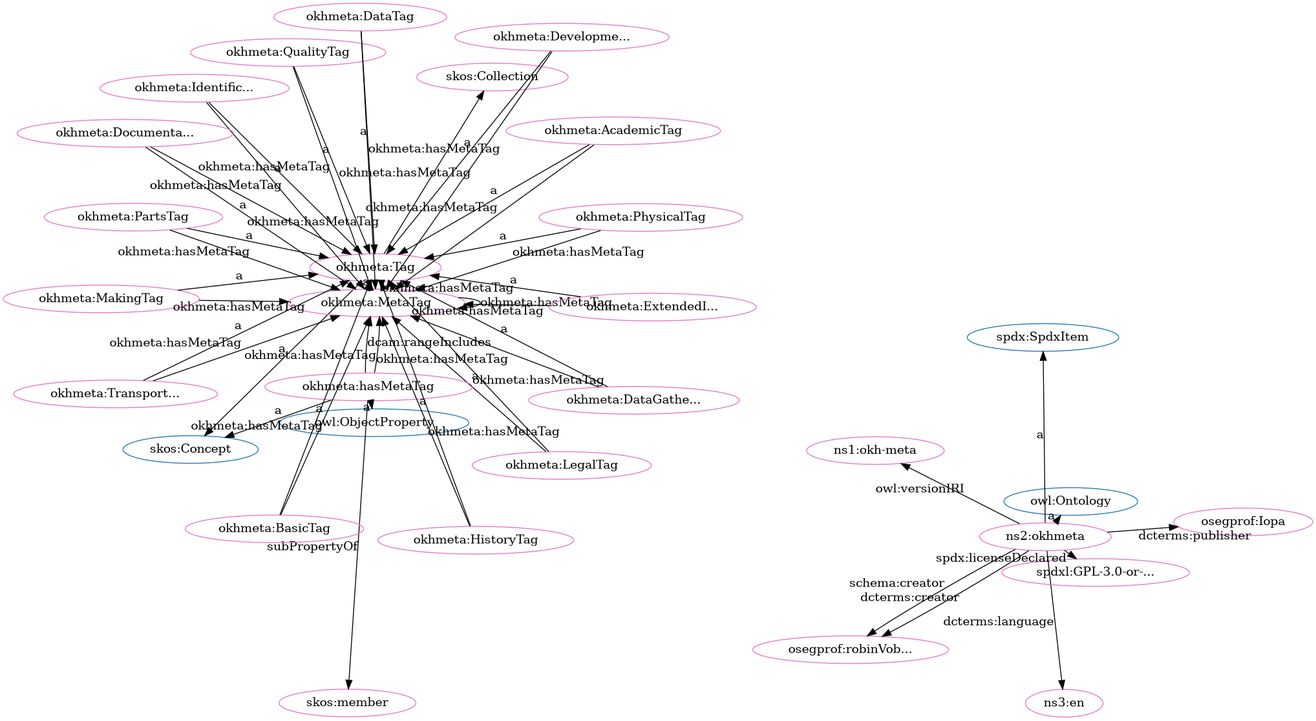
The Graphviz diagram src/spec/fdp_okh-meta.png in iop-alliance/OpenKnowHow, before a commit. Its source is kept beside it as src/spec/fdp_okh-meta.dot.
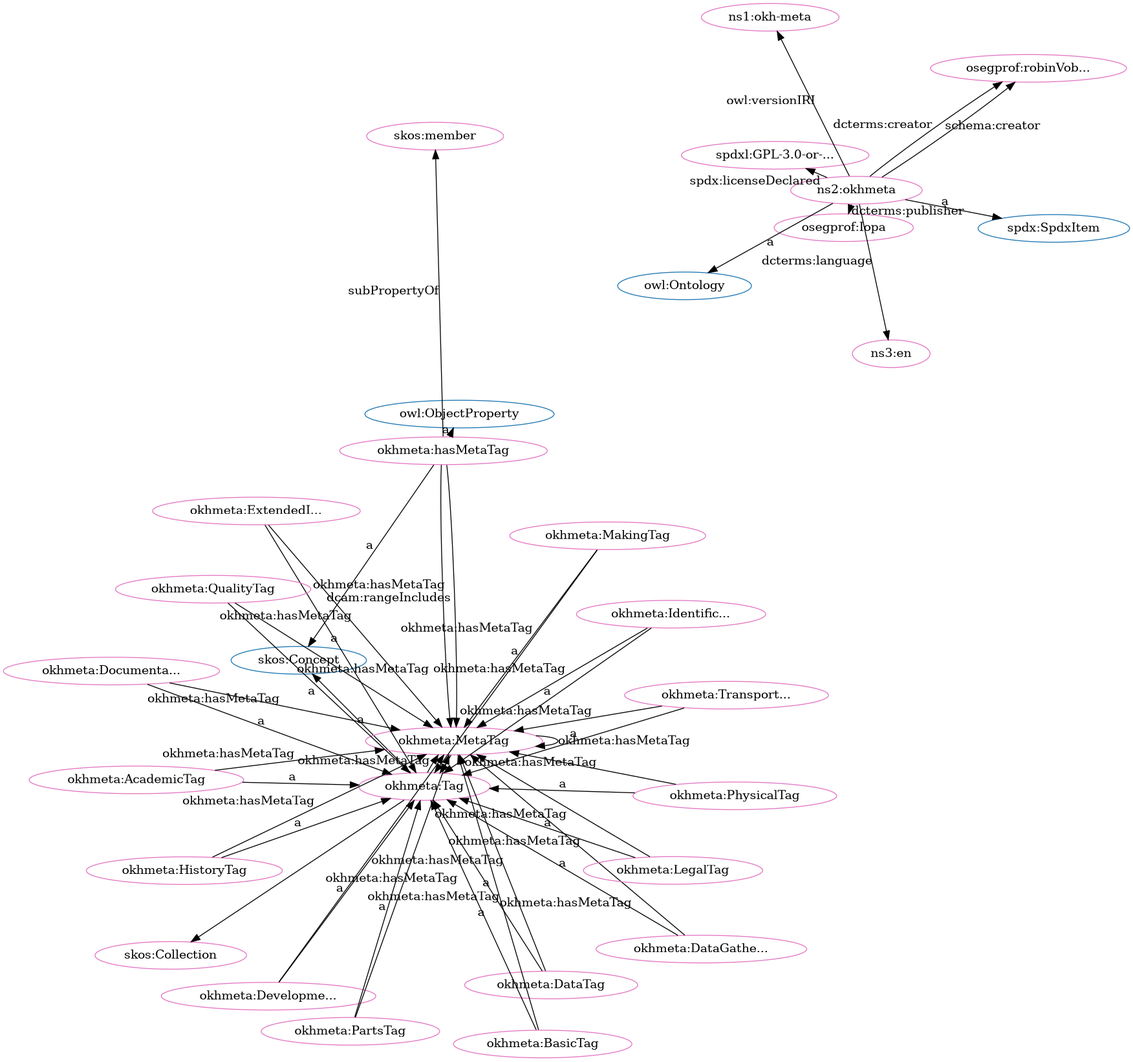
Above is the later version.

The edit, as a diff of the source:
```diff
@@ -1,84 +1,84 @@
 digraph G {
   rankdir=BT
   node[height=.3]
-"http://spdx.org/rdf/terms#SpdxItem" [fillcolor="#1f77b4" color="#1f77b4" label="spdx:SpdxItem"]
-"http://www.w3.org/2004/02/skos/core#Concept" [fillcolor="#1f77b4" color="#1f77b4" label="skos:Concept"]
 "http://www.w3.org/2004/02/skos/core#Collection" [fillcolor="#1f77b4" color="#1f77b4" label="skos:Collection"]
 "http://www.w3.org/2002/07/owl#ObjectProperty" [fillcolor="#1f77b4" color="#1f77b4" label="owl:ObjectProperty"]
 "http://w3id.org/oseg/ont/okhmeta#Tag" [fillcolor="#1f77b4" color="#1f77b4" label="okhmeta:Tag"]
 "http://www.w3.org/2002/07/owl#Ontology" [fillcolor="#1f77b4" color="#1f77b4" label="owl:Ontology"]
+"http://www.w3.org/2004/02/skos/core#Concept" [fillcolor="#1f77b4" color="#1f77b4" label="skos:Concept"]
+"http://spdx.org/rdf/terms#SpdxItem" [fillcolor="#1f77b4" color="#1f77b4" label="spdx:SpdxItem"]
+"http://w3id.org/oseg/ont/okhmeta#DataTag" [fillcolor="#e377c2" color="#e377c2" label="okhmeta:DataTag"]
 "http://w3id.org/oseg/ont/okhmeta#MetaTag" [fillcolor="#e377c2" color="#e377c2" label="okhmeta:MetaTag"]
+"http://w3id.org/oseg/ont/oseg-profiles#Iopa" [fillcolor="#e377c2" color="#e377c2" label="osegprof:Iopa"]
+"http://w3id.org/oseg/ont/okhmeta#DevelopmentTag" [fillcolor="#e377c2" color="#e377c2" label="okhmeta:Developme..."]
+"http://w3id.org/oseg/ont/1.1.0/okh-meta" [fillcolor="#e377c2" color="#e377c2" label="ns1:okh-meta"]
+"http://w3id.org/oseg/ont/okhmeta#BasicTag" [fillcolor="#e377c2" color="#e377c2" label="okhmeta:BasicTag"]
+"http://w3id.org/oseg/ont/oseg-profiles#robinVobruba" [fillcolor="#e377c2" color="#e377c2" label="osegprof:robinVob..."]
+"http://w3id.org/oseg/ont/okhmeta#IdentificationTag" [fillcolor="#e377c2" color="#e377c2" label="okhmeta:Identific..."]
+"http://spdx.org/licenses/GPL-3.0-or-later" [fillcolor="#e377c2" color="#e377c2" label="spdxl:GPL-3.0-or-..."]
+"http://w3id.org/oseg/ont/okhmeta" [fillcolor="#e377c2" color="#e377c2" label="ns2:okhmeta"]
+"http://w3id.org/oseg/ont/okhmeta#PhysicalTag" [fillcolor="#e377c2" color="#e377c2" label="okhmeta:PhysicalTag"]
+"http://w3id.org/oseg/ont/okhmeta#AcademicTag" [fillcolor="#e377c2" color="#e377c2" label="okhmeta:AcademicTag"]
+"http://w3id.org/oseg/ont/okhmeta#HistoryTag" [fillcolor="#e377c2" color="#e377c2" label="okhmeta:HistoryTag"]
+"http://w3id.org/oseg/ont/okhmeta#DataGatheringTag" [fillcolor="#e377c2" color="#e377c2" label="okhmeta:DataGathe..."]
 "http://w3id.org/oseg/ont/okhmeta#MakingTag" [fillcolor="#e377c2" color="#e377c2" label="okhmeta:MakingTag"]
-"http://w3id.org/oseg/ont/okhmeta#DataGatheringTag" [fillcolor="#e377c2" color="#e377c2" label="okhmeta:DataGathe..."]
-"http://w3id.org/oseg/ont/okhmeta#Tag" [fillcolor="#e377c2" color="#e377c2" label="okhmeta:Tag"]
-"http://w3id.org/oseg/ont/okhmeta#IdentificationTag" [fillcolor="#e377c2" color="#e377c2" label="okhmeta:Identific..."]
-"http://w3id.org/oseg/ont/okhmeta#ExtendedInfoTag" [fillcolor="#e377c2" color="#e377c2" label="okhmeta:ExtendedI..."]
+"http://w3id.org/oseg/ont/okhmeta#TransportationTag" [fillcolor="#e377c2" color="#e377c2" label="okhmeta:Transport..."]
 "http://w3id.org/oseg/ont/okhmeta#LegalTag" [fillcolor="#e377c2" color="#e377c2" label="okhmeta:LegalTag"]
 "http://w3id.org/oseg/ont/okhmeta#hasMetaTag" [fillcolor="#e377c2" color="#e377c2" label="okhmeta:hasMetaTag"]
+"http://w3id.org/oseg/ont/okhmeta#Tag" [fillcolor="#e377c2" color="#e377c2" label="okhmeta:Tag"]
+"http://w3id.org/oseg/ont/okhmeta#DocumentationTag" [fillcolor="#e377c2" color="#e377c2" label="okhmeta:Documenta..."]
+"http://w3id.org/oseg/ont/okhmeta#ExtendedInfoTag" [fillcolor="#e377c2" color="#e377c2" label="okhmeta:ExtendedI..."]
+"http://id.loc.gov/vocabulary/iso639-1/en" [fillcolor="#e377c2" color="#e377c2" label="ns3:en"]
+"http://www.w3.org/2004/02/skos/core#Collection" [fillcolor="#e377c2" color="#e377c2" label="skos:Collection"]
+"http://w3id.org/oseg/ont/okhmeta#QualityTag" [fillcolor="#e377c2" color="#e377c2" label="okhmeta:QualityTag"]
 "http://www.w3.org/2004/02/skos/core#member" [fillcolor="#e377c2" color="#e377c2" label="skos:member"]
-"http://www.w3.org/2004/02/skos/core#Collection" [fillcolor="#e377c2" color="#e377c2" label="skos:Collection"]
-"http://w3id.org/oseg/ont/oseg-profiles#robinVobruba" [fillcolor="#e377c2" color="#e377c2" label="osegprof:robinVob..."]
-"http://w3id.org/oseg/ont/okhmeta#DevelopmentTag" [fillcolor="#e377c2" color="#e377c2" label="okhmeta:Developme..."]
-"http://w3id.org/oseg/ont/okhmeta#AcademicTag" [fillcolor="#e377c2" color="#e377c2" label="okhmeta:AcademicTag"]
-"http://w3id.org/oseg/ont/1.1.0/okh-meta" [fillcolor="#e377c2" color="#e377c2" label="ns1:okh-meta"]
-"http://w3id.org/oseg/ont/oseg-profiles#Iopa" [fillcolor="#e377c2" color="#e377c2" label="osegprof:Iopa"]
-"http://w3id.org/oseg/ont/okhmeta#PhysicalTag" [fillcolor="#e377c2" color="#e377c2" label="okhmeta:PhysicalTag"]
-"http://w3id.org/oseg/ont/okhmeta" [fillcolor="#e377c2" color="#e377c2" label="ns2:okhmeta"]
-"http://w3id.org/oseg/ont/okhmeta#HistoryTag" [fillcolor="#e377c2" color="#e377c2" label="okhmeta:HistoryTag"]
-"http://w3id.org/oseg/ont/okhmeta#BasicTag" [fillcolor="#e377c2" color="#e377c2" label="okhmeta:BasicTag"]
-"http://w3id.org/oseg/ont/okhmeta#DocumentationTag" [fillcolor="#e377c2" color="#e377c2" label="okhmeta:Documenta..."]
-"http://id.loc.gov/vocabulary/iso639-1/en" [fillcolor="#e377c2" color="#e377c2" label="ns3:en"]
-"http://w3id.org/oseg/ont/okhmeta#QualityTag" [fillcolor="#e377c2" color="#e377c2" label="okhmeta:QualityTag"]
-"http://w3id.org/oseg/ont/okhmeta#DataTag" [fillcolor="#e377c2" color="#e377c2" label="okhmeta:DataTag"]
-"http://spdx.org/licenses/GPL-3.0-or-later" [fillcolor="#e377c2" color="#e377c2" label="spdxl:GPL-3.0-or-..."]
-"http://w3id.org/oseg/ont/okhmeta#TransportationTag" [fillcolor="#e377c2" color="#e377c2" label="okhmeta:Transport..."]
 "http://w3id.org/oseg/ont/okhmeta#PartsTag" [fillcolor="#e377c2" color="#e377c2" label="okhmeta:PartsTag"]
+  "http://w3id.org/oseg/ont/okhmeta#ExtendedInfoTag" -> "http://w3id.org/oseg/ont/okhmeta#MetaTag" [label="okhmeta:hasMetaTag"]
+  "http://w3id.org/oseg/ont/okhmeta#hasMetaTag" -> "http://w3id.org/oseg/ont/okhmeta#MetaTag" [label="dcam:rangeIncludes"]
+  "http://w3id.org/oseg/ont/okhmeta" -> "http://w3id.org/oseg/ont/oseg-profiles#Iopa" [label="dcterms:publisher"]
+  "http://w3id.org/oseg/ont/okhmeta#DevelopmentTag" -> "http://w3id.org/oseg/ont/okhmeta#Tag" [label="a"]
+  "http://w3id.org/oseg/ont/okhmeta#MetaTag" -> "http://w3id.org/oseg/ont/okhmeta#Tag" [label="a"]
+  "http://w3id.org/oseg/ont/okhmeta" -> "http://w3id.org/oseg/ont/1.1.0/okh-meta" [label="owl:versionIRI"]
+  "http://w3id.org/oseg/ont/okhmeta#DataGatheringTag" -> "http://w3id.org/oseg/ont/okhmeta#MetaTag" [label="okhmeta:hasMetaTag"]
+  "http://w3id.org/oseg/ont/okhmeta#BasicTag" -> "http://w3id.org/oseg/ont/okhmeta#Tag" [label="a"]
+  "http://w3id.org/oseg/ont/okhmeta#TransportationTag" -> "http://w3id.org/oseg/ont/okhmeta#MetaTag" [label="okhmeta:hasMetaTag"]
+  "http://w3id.org/oseg/ont/okhmeta#AcademicTag" -> "http://w3id.org/oseg/ont/okhmeta#Tag" [label="a"]
   "http://w3id.org/oseg/ont/okhmeta#MakingTag" -> "http://w3id.org/oseg/ont/okhmeta#Tag" [label="a"]
-  "http://w3id.org/oseg/ont/okhmeta#DataGatheringTag" -> "http://w3id.org/oseg/ont/okhmeta#Tag" [label="a"]
-  "http://w3id.org/oseg/ont/okhmeta#Tag" -> "http://www.w3.org/2004/02/skos/core#Concept" [label="a"]
-  "http://w3id.org/oseg/ont/okhmeta#ExtendedInfoTag" -> "http://w3id.org/oseg/ont/okhmeta#Tag" [label="a"]
-  "http://w3id.org/oseg/ont/okhmeta#LegalTag" -> "http://w3id.org/oseg/ont/okhmeta#Tag" [label="a"]
-  "http://w3id.org/oseg/ont/okhmeta" -> "http://w3id.org/oseg/ont/oseg-profiles#robinVobruba" [label="dcterms:creator"]
-  "http://w3id.org/oseg/ont/okhmeta#AcademicTag" -> "http://w3id.org/oseg/ont/okhmeta#Tag" [label="a"]
-  "http://w3id.org/oseg/ont/okhmeta#TransportationTag" -> "http://w3id.org/oseg/ont/okhmeta#MetaTag" [label="okhmeta:hasMetaTag"]
-  "http://w3id.org/oseg/ont/okhmeta#PhysicalTag" -> "http://w3id.org/oseg/ont/okhmeta#MetaTag" [label="okhmeta:hasMetaTag"]
-  "http://w3id.org/oseg/ont/okhmeta" -> "http://w3id.org/oseg/ont/1.1.0/okh-meta" [label="owl:versionIRI"]
-  "http://w3id.org/oseg/ont/okhmeta" -> "http://w3id.org/oseg/ont/oseg-profiles#Iopa" [label="dcterms:publisher"]
-  "http://w3id.org/oseg/ont/okhmeta#IdentificationTag" -> "http://w3id.org/oseg/ont/okhmeta#MetaTag" [label="okhmeta:hasMetaTag"]
-  "http://w3id.org/oseg/ont/okhmeta" -> "http://spdx.org/rdf/terms#SpdxItem" [label="a"]
-  "http://w3id.org/oseg/ont/okhmeta#HistoryTag" -> "http://w3id.org/oseg/ont/okhmeta#Tag" [label="a"]
-  "http://w3id.org/oseg/ont/okhmeta#BasicTag" -> "http://w3id.org/oseg/ont/okhmeta#Tag" [label="a"]
-  "http://w3id.org/oseg/ont/okhmeta#AcademicTag" -> "http://w3id.org/oseg/ont/okhmeta#MetaTag" [label="okhmeta:hasMetaTag"]
-  "http://w3id.org/oseg/ont/okhmeta#PartsTag" -> "http://w3id.org/oseg/ont/okhmeta#Tag" [label="a"]
-  "http://w3id.org/oseg/ont/okhmeta#MetaTag" -> "http://w3id.org/oseg/ont/okhmeta#MetaTag" [label="okhmeta:hasMetaTag"]
-  "http://w3id.org/oseg/ont/okhmeta#QualityTag" -> "http://w3id.org/oseg/ont/okhmeta#Tag" [label="a"]
-  "http://w3id.org/oseg/ont/okhmeta#DataTag" -> "http://w3id.org/oseg/ont/okhmeta#MetaTag" [label="okhmeta:hasMetaTag"]
-  "http://w3id.org/oseg/ont/okhmeta" -> "http://spdx.org/licenses/GPL-3.0-or-later" [label="spdx:licenseDeclared"]
+  "http://w3id.org/oseg/ont/okhmeta" -> "http://www.w3.org/2002/07/owl#Ontology" [label="a"]
   "http://w3id.org/oseg/ont/okhmeta#TransportationTag" -> "http://w3id.org/oseg/ont/okhmeta#Tag" [label="a"]
   "http://w3id.org/oseg/ont/okhmeta#DocumentationTag" -> "http://w3id.org/oseg/ont/okhmeta#MetaTag" [label="okhmeta:hasMetaTag"]
-  "http://w3id.org/oseg/ont/okhmeta#ExtendedInfoTag" -> "http://w3id.org/oseg/ont/okhmeta#MetaTag" [label="okhmeta:hasMetaTag"]
-  "http://w3id.org/oseg/ont/okhmeta#HistoryTag" -> "http://w3id.org/oseg/ont/okhmeta#MetaTag" [label="okhmeta:hasMetaTag"]
-  "http://w3id.org/oseg/ont/okhmeta#BasicTag" -> "http://w3id.org/oseg/ont/okhmeta#MetaTag" [label="okhmeta:hasMetaTag"]
-  "http://w3id.org/oseg/ont/okhmeta#IdentificationTag" -> "http://w3id.org/oseg/ont/okhmeta#Tag" [label="a"]
-  "http://w3id.org/oseg/ont/okhmeta#hasMetaTag" -> "http://www.w3.org/2002/07/owl#ObjectProperty" [label="a"]
-  "http://w3id.org/oseg/ont/okhmeta#hasMetaTag" -> "http://www.w3.org/2004/02/skos/core#member" [label="subPropertyOf"]
-  "http://w3id.org/oseg/ont/okhmeta#hasMetaTag" -> "http://w3id.org/oseg/ont/okhmeta#MetaTag" [label="dcam:rangeIncludes"]
-  "http://w3id.org/oseg/ont/okhmeta#Tag" -> "http://www.w3.org/2004/02/skos/core#Collection" [label=""]
-  "http://w3id.org/oseg/ont/okhmeta#hasMetaTag" -> "http://www.w3.org/2004/02/skos/core#Concept" [label="a"]
-  "http://w3id.org/oseg/ont/okhmeta#DevelopmentTag" -> "http://w3id.org/oseg/ont/okhmeta#Tag" [label="a"]
-  "http://w3id.org/oseg/ont/okhmeta#Tag" -> "http://w3id.org/oseg/ont/okhmeta#MetaTag" [label="okhmeta:hasMetaTag"]
-  "http://w3id.org/oseg/ont/okhmeta#MetaTag" -> "http://w3id.org/oseg/ont/okhmeta#Tag" [label="a"]
-  "http://w3id.org/oseg/ont/okhmeta#MakingTag" -> "http://w3id.org/oseg/ont/okhmeta#MetaTag" [label="okhmeta:hasMetaTag"]
-  "http://w3id.org/oseg/ont/okhmeta#DataGatheringTag" -> "http://w3id.org/oseg/ont/okhmeta#MetaTag" [label="okhmeta:hasMetaTag"]
-  "http://w3id.org/oseg/ont/okhmeta#PhysicalTag" -> "http://w3id.org/oseg/ont/okhmeta#Tag" [label="a"]
-  "http://w3id.org/oseg/ont/okhmeta#hasMetaTag" -> "http://w3id.org/oseg/ont/okhmeta#MetaTag" [label="okhmeta:hasMetaTag"]
-  "http://w3id.org/oseg/ont/okhmeta#LegalTag" -> "http://w3id.org/oseg/ont/okhmeta#MetaTag" [label="okhmeta:hasMetaTag"]
-  "http://w3id.org/oseg/ont/okhmeta#DevelopmentTag" -> "http://w3id.org/oseg/ont/okhmeta#MetaTag" [label="okhmeta:hasMetaTag"]
-  "http://w3id.org/oseg/ont/okhmeta" -> "http://www.w3.org/2002/07/owl#Ontology" [label="a"]
-  "http://w3id.org/oseg/ont/okhmeta" -> "http://id.loc.gov/vocabulary/iso639-1/en" [label="dcterms:language"]
+  "http://w3id.org/oseg/ont/okhmeta" -> "http://w3id.org/oseg/ont/oseg-profiles#robinVobruba" [label="dcterms:creator"]
   "http://w3id.org/oseg/ont/okhmeta#QualityTag" -> "http://w3id.org/oseg/ont/okhmeta#MetaTag" [label="okhmeta:hasMetaTag"]
   "http://w3id.org/oseg/ont/okhmeta#PartsTag" -> "http://w3id.org/oseg/ont/okhmeta#MetaTag" [label="okhmeta:hasMetaTag"]
+  "http://w3id.org/oseg/ont/okhmeta#MakingTag" -> "http://w3id.org/oseg/ont/okhmeta#MetaTag" [label="okhmeta:hasMetaTag"]
+  "http://w3id.org/oseg/ont/okhmeta" -> "http://id.loc.gov/vocabulary/iso639-1/en" [label="dcterms:language"]
+  "http://w3id.org/oseg/ont/okhmeta#hasMetaTag" -> "http://www.w3.org/2004/02/skos/core#member" [label="subPropertyOf"]
+  "http://w3id.org/oseg/ont/okhmeta#hasMetaTag" -> "http://w3id.org/oseg/ont/okhmeta#MetaTag" [label="okhmeta:hasMetaTag"]
+  "http://w3id.org/oseg/ont/okhmeta#DataTag" -> "http://w3id.org/oseg/ont/okhmeta#Tag" [label="a"]
+  "http://w3id.org/oseg/ont/okhmeta#DevelopmentTag" -> "http://w3id.org/oseg/ont/okhmeta#MetaTag" [label="okhmeta:hasMetaTag"]
+  "http://w3id.org/oseg/ont/okhmeta#MetaTag" -> "http://w3id.org/oseg/ont/okhmeta#MetaTag" [label="okhmeta:hasMetaTag"]
+  "http://w3id.org/oseg/ont/okhmeta#BasicTag" -> "http://w3id.org/oseg/ont/okhmeta#MetaTag" [label="okhmeta:hasMetaTag"]
+  "http://w3id.org/oseg/ont/okhmeta#AcademicTag" -> "http://w3id.org/oseg/ont/okhmeta#MetaTag" [label="okhmeta:hasMetaTag"]
   "http://w3id.org/oseg/ont/okhmeta" -> "http://w3id.org/oseg/ont/oseg-profiles#robinVobruba" [label="schema:creator"]
-  "http://w3id.org/oseg/ont/okhmeta#DataTag" -> "http://w3id.org/oseg/ont/okhmeta#Tag" [label="a"]
+  "http://w3id.org/oseg/ont/okhmeta#IdentificationTag" -> "http://w3id.org/oseg/ont/okhmeta#Tag" [label="a"]
+  "http://w3id.org/oseg/ont/okhmeta" -> "http://spdx.org/licenses/GPL-3.0-or-later" [label="spdx:licenseDeclared"]
+  "http://w3id.org/oseg/ont/okhmeta" -> "http://spdx.org/rdf/terms#SpdxItem" [label="a"]
+  "http://w3id.org/oseg/ont/okhmeta#PhysicalTag" -> "http://w3id.org/oseg/ont/okhmeta#Tag" [label="a"]
+  "http://w3id.org/oseg/ont/okhmeta#LegalTag" -> "http://w3id.org/oseg/ont/okhmeta#MetaTag" [label="okhmeta:hasMetaTag"]
+  "http://w3id.org/oseg/ont/okhmeta#HistoryTag" -> "http://w3id.org/oseg/ont/okhmeta#Tag" [label="a"]
+  "http://w3id.org/oseg/ont/okhmeta#DataGatheringTag" -> "http://w3id.org/oseg/ont/okhmeta#Tag" [label="a"]
+  "http://w3id.org/oseg/ont/okhmeta#DataTag" -> "http://w3id.org/oseg/ont/okhmeta#MetaTag" [label="okhmeta:hasMetaTag"]
+  "http://w3id.org/oseg/ont/okhmeta#Tag" -> "http://w3id.org/oseg/ont/okhmeta#MetaTag" [label="okhmeta:hasMetaTag"]
+  "http://w3id.org/oseg/ont/okhmeta#LegalTag" -> "http://w3id.org/oseg/ont/okhmeta#Tag" [label="a"]
+  "http://w3id.org/oseg/ont/okhmeta#hasMetaTag" -> "http://www.w3.org/2002/07/owl#ObjectProperty" [label="a"]
+  "http://w3id.org/oseg/ont/okhmeta#IdentificationTag" -> "http://w3id.org/oseg/ont/okhmeta#MetaTag" [label="okhmeta:hasMetaTag"]
+  "http://w3id.org/oseg/ont/okhmeta#PhysicalTag" -> "http://w3id.org/oseg/ont/okhmeta#MetaTag" [label="okhmeta:hasMetaTag"]
+  "http://w3id.org/oseg/ont/okhmeta#Tag" -> "http://www.w3.org/2004/02/skos/core#Concept" [label="a"]
   "http://w3id.org/oseg/ont/okhmeta#DocumentationTag" -> "http://w3id.org/oseg/ont/okhmeta#Tag" [label="a"]
+  "http://w3id.org/oseg/ont/okhmeta#hasMetaTag" -> "http://www.w3.org/2004/02/skos/core#Concept" [label="a"]
+  "http://w3id.org/oseg/ont/okhmeta#ExtendedInfoTag" -> "http://w3id.org/oseg/ont/okhmeta#Tag" [label="a"]
+  "http://w3id.org/oseg/ont/okhmeta#HistoryTag" -> "http://w3id.org/oseg/ont/okhmeta#MetaTag" [label="okhmeta:hasMetaTag"]
+  "http://w3id.org/oseg/ont/okhmeta#Tag" -> "http://www.w3.org/2004/02/skos/core#Collection" [label=""]
+  "http://w3id.org/oseg/ont/okhmeta#QualityTag" -> "http://w3id.org/oseg/ont/okhmeta#Tag" [label="a"]
+  "http://w3id.org/oseg/ont/okhmeta#PartsTag" -> "http://w3id.org/oseg/ont/okhmeta#Tag" [label="a"]
 }
```
